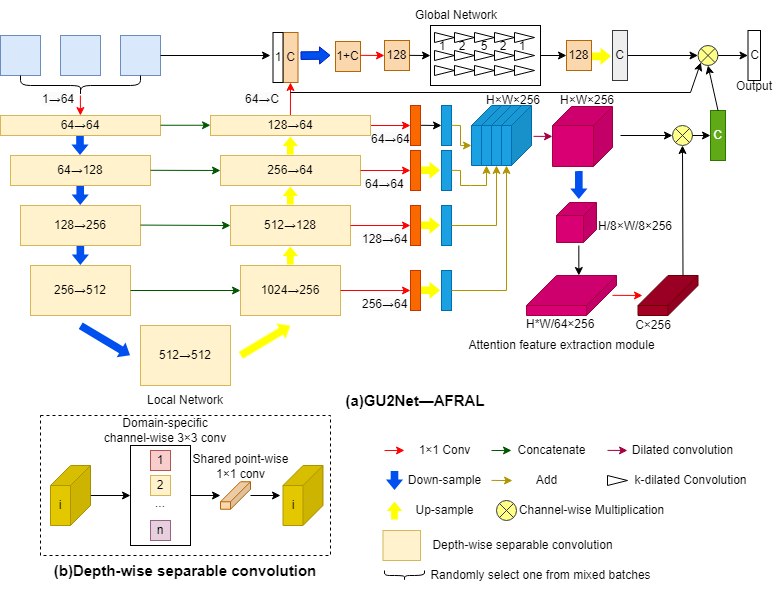
This is test.drawio.png from DemonH-p/self-study, a draw.io export, as it was before one commit. Source tidied: cells renumbered, new cells last; positions are measured from the earlier drawing's top-left corner, leaving out a move shared by most shapes.
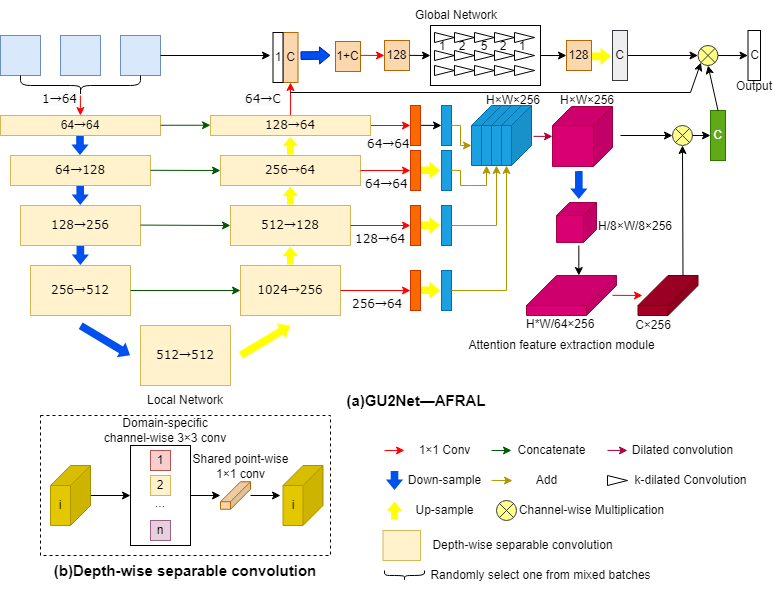
After the commit.

Diff of the diagram source:
```diff
@@ -2,6 +2,9 @@
   <root>
     <mxCell id="0" />
     <mxCell id="1" parent="0" />
+    <mxCell id="70" value="&lt;span style=&quot;color: rgb(0, 0, 0); font-style: normal; font-variant-ligatures: normal; font-variant-caps: normal; font-weight: 400; letter-spacing: normal; orphans: 2; text-align: center; text-indent: 0px; text-transform: none; widows: 2; word-spacing: 0px; -webkit-text-stroke-width: 0px; background-color: rgb(251, 251, 251); text-decoration-thickness: initial; text-decoration-style: initial; text-decoration-color: initial; float: none; display: inline !important;&quot;&gt;&lt;font face=&quot;Verdana&quot; style=&quot;font-size: 11px;&quot;&gt;64→64&lt;/font&gt;&lt;/span&gt;" style="text;whiteSpace=wrap;html=1;" parent="1" vertex="1">
+      <mxGeometry x="365" y="130" width="31" height="20" as="geometry" />
+    </mxCell>
     <mxCell id="2" style="rounded=0;whiteSpace=wrap;html=1;dashed=1;" parent="1" vertex="1">
       <mxGeometry x="40" y="415" width="290" height="140" as="geometry" />
     </mxCell>
@@ -20,13 +23,13 @@
     <mxCell id="7" style="shape=curlyBracket;whiteSpace=wrap;html=1;rounded=1;flipH=1;labelPosition=right;verticalLabelPosition=middle;align=left;verticalAlign=middle;rotation=90;" parent="1" vertex="1">
       <mxGeometry x="70" y="25" width="20" height="120" as="geometry" />
     </mxCell>
-    <mxCell id="8" value="64→64" style="rounded=0;whiteSpace=wrap;html=1;fillColor=#fff2cc;strokeColor=#d6b656;" parent="1" vertex="1">
+    <mxCell id="8" value="64&lt;font face=&quot;Verdana&quot;&gt;→&lt;/font&gt;64" style="rounded=0;whiteSpace=wrap;html=1;fillColor=#fff2cc;strokeColor=#d6b656;" parent="1" vertex="1">
       <mxGeometry y="115" width="160" height="20" as="geometry" />
     </mxCell>
-    <mxCell id="9" value="128→256" style="rounded=0;whiteSpace=wrap;html=1;fillColor=#fff2cc;strokeColor=#d6b656;" parent="1" vertex="1">
+    <mxCell id="9" value="&lt;font face=&quot;Verdana&quot;&gt;128→256&lt;/font&gt;" style="rounded=0;whiteSpace=wrap;html=1;fillColor=#fff2cc;strokeColor=#d6b656;" parent="1" vertex="1">
       <mxGeometry x="20" y="205" width="120" height="40" as="geometry" />
     </mxCell>
-    <mxCell id="10" value="64→128" style="rounded=0;whiteSpace=wrap;html=1;fillColor=#fff2cc;strokeColor=#d6b656;" parent="1" vertex="1">
+    <mxCell id="10" value="&lt;font face=&quot;Verdana&quot;&gt;64→128&lt;/font&gt;" style="rounded=0;whiteSpace=wrap;html=1;fillColor=#fff2cc;strokeColor=#d6b656;" parent="1" vertex="1">
       <mxGeometry x="10" y="155" width="140" height="30" as="geometry" />
     </mxCell>
     <mxCell id="11" style="shape=flexArrow;endArrow=classic;html=1;rounded=0;fillColor=#0050ef;strokeColor=none;endWidth=8.571428571428571;endSize=3.157142857142857;width=7.619047619047619;" parent="1" edge="1">
@@ -71,10 +74,10 @@
         </Array>
       </mxGeometry>
     </mxCell>
-    <mxCell id="16" value="256→512" style="rounded=0;whiteSpace=wrap;html=1;fillColor=#fff2cc;strokeColor=#d6b656;" parent="1" vertex="1">
+    <mxCell id="16" value="&lt;font face=&quot;Verdana&quot;&gt;256→512&lt;/font&gt;" style="rounded=0;whiteSpace=wrap;html=1;fillColor=#fff2cc;strokeColor=#d6b656;" parent="1" vertex="1">
       <mxGeometry x="30" y="265" width="100" height="50" as="geometry" />
     </mxCell>
-    <mxCell id="17" value="512→512" style="rounded=0;whiteSpace=wrap;html=1;fillColor=#fff2cc;strokeColor=#d6b656;" parent="1" vertex="1">
+    <mxCell id="17" value="&lt;font face=&quot;Verdana&quot;&gt;512→512&lt;/font&gt;" style="rounded=0;whiteSpace=wrap;html=1;fillColor=#fff2cc;strokeColor=#d6b656;" parent="1" vertex="1">
       <mxGeometry x="140" y="325" width="90" height="60" as="geometry" />
     </mxCell>
     <mxCell id="18" style="shape=flexArrow;endArrow=classic;html=1;rounded=0;fillColor=#FFFF00;strokeColor=#FFFFFF;endWidth=8.571428571428571;endSize=3.157142857142857;width=7.619047619047619;" parent="1" edge="1">
@@ -144,10 +147,10 @@
         <mxPoint x="150" y="169.8" as="sourcePoint" />
       </mxGeometry>
     </mxCell>
-    <mxCell id="30" value="128→64" style="rounded=0;whiteSpace=wrap;html=1;fillColor=#fff2cc;strokeColor=#d6b656;" parent="1" vertex="1">
+    <mxCell id="30" value="&lt;font face=&quot;Verdana&quot;&gt;128→64&lt;/font&gt;" style="rounded=0;whiteSpace=wrap;html=1;fillColor=#fff2cc;strokeColor=#d6b656;" parent="1" vertex="1">
       <mxGeometry x="210" y="115" width="160" height="20" as="geometry" />
     </mxCell>
-    <mxCell id="31" value="256→64" style="rounded=0;whiteSpace=wrap;html=1;fillColor=#fff2cc;strokeColor=#d6b656;" parent="1" vertex="1">
+    <mxCell id="31" value="&lt;font face=&quot;Verdana&quot;&gt;256→64&lt;/font&gt;" style="rounded=0;whiteSpace=wrap;html=1;fillColor=#fff2cc;strokeColor=#d6b656;" parent="1" vertex="1">
       <mxGeometry x="220" y="155" width="140" height="30" as="geometry" />
     </mxCell>
     <mxCell id="32" style="shape=flexArrow;endArrow=classic;html=1;rounded=0;fillColor=#FFFF00;strokeColor=#FFFF66;endWidth=8.571428571428571;endSize=3.157142857142857;width=7.619047619047619;" parent="1" edge="1">
@@ -159,10 +162,10 @@
         </Array>
       </mxGeometry>
     </mxCell>
-    <mxCell id="33" value="1024→256" style="rounded=0;whiteSpace=wrap;html=1;fillColor=#fff2cc;strokeColor=#d6b656;" parent="1" vertex="1">
+    <mxCell id="33" value="&lt;font face=&quot;Verdana&quot;&gt;1024→256&lt;/font&gt;" style="rounded=0;whiteSpace=wrap;html=1;fillColor=#fff2cc;strokeColor=#d6b656;" parent="1" vertex="1">
       <mxGeometry x="240" y="265" width="100" height="50" as="geometry" />
     </mxCell>
-    <mxCell id="34" value="512→128" style="rounded=0;whiteSpace=wrap;html=1;fillColor=#fff2cc;strokeColor=#d6b656;" parent="1" vertex="1">
+    <mxCell id="34" value="&lt;font face=&quot;Verdana&quot;&gt;512→128&lt;/font&gt;" style="rounded=0;whiteSpace=wrap;html=1;fillColor=#fff2cc;strokeColor=#d6b656;" parent="1" vertex="1">
       <mxGeometry x="230" y="205" width="120" height="40" as="geometry" />
     </mxCell>
     <mxCell id="35" style="endArrow=classic;html=1;rounded=0;fillColor=#e51400;strokeColor=#ff0000;entryX=0;entryY=0.5;entryDx=0;entryDy=0;" parent="1" edge="1" target="36">
@@ -270,10 +273,10 @@
         <mxPoint x="552" y="135.9" as="targetPoint" />
       </mxGeometry>
     </mxCell>
-    <mxCell id="54" value="&lt;span style=&quot;color: rgb(0, 0, 0); font-family: Helvetica; font-size: 12px; font-style: normal; font-variant-ligatures: normal; font-variant-caps: normal; font-weight: 400; letter-spacing: normal; orphans: 2; text-align: center; text-indent: 0px; text-transform: none; widows: 2; word-spacing: 0px; -webkit-text-stroke-width: 0px; background-color: rgb(251, 251, 251); text-decoration-thickness: initial; text-decoration-style: initial; text-decoration-color: initial; float: none; display: inline !important;&quot;&gt;1→64&lt;/span&gt;" style="text;whiteSpace=wrap;html=1;" parent="1" vertex="1">
+    <mxCell id="54" value="&lt;font face=&quot;Verdana&quot;&gt;&lt;span style=&quot;color: rgb(0, 0, 0); font-size: 12px; font-style: normal; font-variant-ligatures: normal; font-variant-caps: normal; font-weight: 400; letter-spacing: normal; orphans: 2; text-align: center; text-indent: 0px; text-transform: none; widows: 2; word-spacing: 0px; -webkit-text-stroke-width: 0px; background-color: rgb(251, 251, 251); text-decoration-thickness: initial; text-decoration-style: initial; text-decoration-color: initial; float: none; display: inline !important;&quot;&gt;1&lt;/span&gt;&lt;span style=&quot;color: rgb(0, 0, 0); font-size: 12px; font-style: normal; font-variant-ligatures: normal; font-variant-caps: normal; font-weight: 400; letter-spacing: normal; orphans: 2; text-align: center; text-indent: 0px; text-transform: none; widows: 2; word-spacing: 0px; -webkit-text-stroke-width: 0px; background-color: rgb(251, 251, 251); text-decoration-thickness: initial; text-decoration-style: initial; text-decoration-color: initial; float: none; display: inline !important;&quot;&gt;→&lt;/span&gt;&lt;span style=&quot;color: rgb(0, 0, 0); font-size: 12px; font-style: normal; font-variant-ligatures: normal; font-variant-caps: normal; font-weight: 400; letter-spacing: normal; orphans: 2; text-align: center; text-indent: 0px; text-transform: none; widows: 2; word-spacing: 0px; -webkit-text-stroke-width: 0px; background-color: rgb(251, 251, 251); text-decoration-thickness: initial; text-decoration-style: initial; text-decoration-color: initial; float: none; display: inline !important;&quot;&gt;64&lt;/span&gt;&lt;/font&gt;" style="text;whiteSpace=wrap;html=1;" parent="1" vertex="1">
       <mxGeometry x="40" y="85" width="40" height="20" as="geometry" />
     </mxCell>
-    <mxCell id="55" value="&lt;span style=&quot;color: rgb(0, 0, 0); font-family: Helvetica; font-size: 12px; font-style: normal; font-variant-ligatures: normal; font-variant-caps: normal; font-weight: 400; letter-spacing: normal; orphans: 2; text-align: center; text-indent: 0px; text-transform: none; widows: 2; word-spacing: 0px; -webkit-text-stroke-width: 0px; background-color: rgb(251, 251, 251); text-decoration-thickness: initial; text-decoration-style: initial; text-decoration-color: initial; float: none; display: inline !important;&quot;&gt;64→C&lt;/span&gt;" style="text;whiteSpace=wrap;html=1;" parent="1" vertex="1">
+    <mxCell id="55" value="&lt;font face=&quot;Verdana&quot;&gt;&lt;span style=&quot;color: rgb(0, 0, 0); font-size: 12px; font-style: normal; font-variant-ligatures: normal; font-variant-caps: normal; font-weight: 400; letter-spacing: normal; orphans: 2; text-align: center; text-indent: 0px; text-transform: none; widows: 2; word-spacing: 0px; -webkit-text-stroke-width: 0px; background-color: rgb(251, 251, 251); text-decoration-thickness: initial; text-decoration-style: initial; text-decoration-color: initial; float: none; display: inline !important;&quot;&gt;64&lt;/span&gt;&lt;span style=&quot;color: rgb(0, 0, 0); font-size: 12px; font-style: normal; font-variant-ligatures: normal; font-variant-caps: normal; font-weight: 400; letter-spacing: normal; orphans: 2; text-align: center; text-indent: 0px; text-transform: none; widows: 2; word-spacing: 0px; -webkit-text-stroke-width: 0px; background-color: rgb(251, 251, 251); text-decoration-thickness: initial; text-decoration-style: initial; text-decoration-color: initial; float: none; display: inline !important;&quot;&gt;→&lt;/span&gt;&lt;span style=&quot;color: rgb(0, 0, 0); font-size: 12px; font-style: normal; font-variant-ligatures: normal; font-variant-caps: normal; font-weight: 400; letter-spacing: normal; orphans: 2; text-align: center; text-indent: 0px; text-transform: none; widows: 2; word-spacing: 0px; -webkit-text-stroke-width: 0px; background-color: rgb(251, 251, 251); text-decoration-thickness: initial; text-decoration-style: initial; text-decoration-color: initial; float: none; display: inline !important;&quot;&gt;C&lt;/span&gt;&lt;/font&gt;" style="text;whiteSpace=wrap;html=1;" parent="1" vertex="1">
       <mxGeometry x="242.5" y="85" width="40" height="20" as="geometry" />
     </mxCell>
     <mxCell id="56" style="endArrow=classic;html=1;rounded=0;fillColor=#e51400;strokeColor=#ff0000;" parent="1" edge="1">
@@ -345,25 +348,22 @@
         <mxPoint x="512" y="480.1" as="targetPoint" />
       </mxGeometry>
     </mxCell>
-    <mxCell id="70" value="&lt;span style=&quot;color: rgb(0, 0, 0); font-family: Helvetica; font-style: normal; font-variant-ligatures: normal; font-variant-caps: normal; font-weight: 400; letter-spacing: normal; orphans: 2; text-align: center; text-indent: 0px; text-transform: none; widows: 2; word-spacing: 0px; -webkit-text-stroke-width: 0px; background-color: rgb(251, 251, 251); text-decoration-thickness: initial; text-decoration-style: initial; text-decoration-color: initial; float: none; display: inline !important;&quot;&gt;&lt;font style=&quot;font-size: 11px;&quot;&gt;64→64&lt;/font&gt;&lt;/span&gt;" style="text;whiteSpace=wrap;html=1;" parent="1" vertex="1">
-      <mxGeometry x="369" y="125" width="41" height="20" as="geometry" />
-    </mxCell>
     <mxCell id="71" value="Add" style="text;html=1;align=center;verticalAlign=middle;strokeColor=none;fillColor=none;" parent="1" vertex="1">
       <mxGeometry x="526" y="465" width="40" height="30" as="geometry" />
     </mxCell>
     <mxCell id="72" style="rounded=0;whiteSpace=wrap;html=1;fillColor=#fa6800;fontColor=#000000;strokeColor=#C73500;" parent="1" vertex="1">
       <mxGeometry x="410" y="105" width="10" height="40" as="geometry" />
     </mxCell>
-    <mxCell id="73" value="&lt;span style=&quot;color: rgb(0, 0, 0); font-family: Helvetica; font-style: normal; font-variant-ligatures: normal; font-variant-caps: normal; font-weight: 400; letter-spacing: normal; orphans: 2; text-align: center; text-indent: 0px; text-transform: none; widows: 2; word-spacing: 0px; -webkit-text-stroke-width: 0px; background-color: rgb(251, 251, 251); text-decoration-thickness: initial; text-decoration-style: initial; text-decoration-color: initial; float: none; display: inline !important;&quot;&gt;&lt;font style=&quot;font-size: 11px;&quot;&gt;64→64&lt;/font&gt;&lt;/span&gt;" style="text;whiteSpace=wrap;html=1;" parent="1" vertex="1">
+    <mxCell id="73" value="&lt;span style=&quot;color: rgb(0, 0, 0); font-style: normal; font-variant-ligatures: normal; font-variant-caps: normal; font-weight: 400; letter-spacing: normal; orphans: 2; text-align: center; text-indent: 0px; text-transform: none; widows: 2; word-spacing: 0px; -webkit-text-stroke-width: 0px; background-color: rgb(251, 251, 251); text-decoration-thickness: initial; text-decoration-style: initial; text-decoration-color: initial; float: none; display: inline !important;&quot;&gt;&lt;font face=&quot;Verdana&quot; style=&quot;font-size: 11px;&quot;&gt;64→64&lt;/font&gt;&lt;/span&gt;" style="text;whiteSpace=wrap;html=1;" parent="1" vertex="1">
       <mxGeometry x="363" y="170" width="41" height="20" as="geometry" />
     </mxCell>
-    <mxCell id="74" value="&lt;span style=&quot;color: rgb(0, 0, 0); font-family: Helvetica; font-style: normal; font-variant-ligatures: normal; font-variant-caps: normal; font-weight: 400; letter-spacing: normal; orphans: 2; text-align: center; text-indent: 0px; text-transform: none; widows: 2; word-spacing: 0px; -webkit-text-stroke-width: 0px; background-color: rgb(251, 251, 251); text-decoration-thickness: initial; text-decoration-style: initial; text-decoration-color: initial; float: none; display: inline !important;&quot;&gt;&lt;font style=&quot;font-size: 11px;&quot;&gt;128→64&lt;/font&gt;&lt;/span&gt;" style="text;whiteSpace=wrap;html=1;" parent="1" vertex="1">
-      <mxGeometry x="360" y="225" width="41" height="20" as="geometry" />
+    <mxCell id="74" value="&lt;span style=&quot;color: rgb(0, 0, 0); font-style: normal; font-variant-ligatures: normal; font-variant-caps: normal; font-weight: 400; letter-spacing: normal; orphans: 2; text-align: center; text-indent: 0px; text-transform: none; widows: 2; word-spacing: 0px; -webkit-text-stroke-width: 0px; background-color: rgb(251, 251, 251); text-decoration-thickness: initial; text-decoration-style: initial; text-decoration-color: initial; float: none; display: inline !important;&quot;&gt;&lt;font face=&quot;Verdana&quot; style=&quot;font-size: 11px;&quot;&gt;128→64&lt;/font&gt;&lt;/span&gt;" style="text;whiteSpace=wrap;html=1;" parent="1" vertex="1">
+      <mxGeometry x="353" y="225" width="41" height="20" as="geometry" />
     </mxCell>
-    <mxCell id="75" value="&lt;span style=&quot;color: rgb(0, 0, 0); font-family: Helvetica; font-style: normal; font-variant-ligatures: normal; font-variant-caps: normal; font-weight: 400; letter-spacing: normal; orphans: 2; text-align: center; text-indent: 0px; text-transform: none; widows: 2; word-spacing: 0px; -webkit-text-stroke-width: 0px; background-color: rgb(251, 251, 251); text-decoration-thickness: initial; text-decoration-style: initial; text-decoration-color: initial; float: none; display: inline !important;&quot;&gt;&lt;font style=&quot;font-size: 11px;&quot;&gt;256→64&lt;/font&gt;&lt;/span&gt;" style="text;whiteSpace=wrap;html=1;" parent="1" vertex="1">
-      <mxGeometry x="360" y="290" width="41" height="20" as="geometry" />
+    <mxCell id="75" value="&lt;span style=&quot;color: rgb(0, 0, 0); font-style: normal; font-variant-ligatures: normal; font-variant-caps: normal; font-weight: 400; letter-spacing: normal; orphans: 2; text-align: center; text-indent: 0px; text-transform: none; widows: 2; word-spacing: 0px; -webkit-text-stroke-width: 0px; background-color: rgb(251, 251, 251); text-decoration-thickness: initial; text-decoration-style: initial; text-decoration-color: initial; float: none; display: inline !important;&quot;&gt;&lt;font face=&quot;Verdana&quot; style=&quot;font-size: 11px;&quot;&gt;256→64&lt;/font&gt;&lt;/span&gt;" style="text;whiteSpace=wrap;html=1;" parent="1" vertex="1">
+      <mxGeometry x="350" y="290" width="41" height="20" as="geometry" />
     </mxCell>
-    <mxCell id="76" value="&lt;span style=&quot;border-color: var(--border-color); color: rgb(0, 0, 0); font-family: Helvetica; font-size: 11px; font-style: normal; font-variant-ligatures: normal; font-variant-caps: normal; font-weight: 400; letter-spacing: normal; orphans: 2; text-align: center; text-indent: 0px; text-transform: none; widows: 2; word-spacing: 0px; -webkit-text-stroke-width: 0px; background-color: initial; text-decoration-thickness: initial; text-decoration-style: initial; text-decoration-color: initial;&quot;&gt;H×W×256&lt;/span&gt;" style="text;whiteSpace=wrap;html=1;" parent="1" vertex="1">
+    <mxCell id="76" value="&lt;span style=&quot;border-color: var(--border-color); color: rgb(0, 0, 0); font-size: 11px; font-style: normal; font-variant-ligatures: normal; font-variant-caps: normal; font-weight: 400; letter-spacing: normal; orphans: 2; text-align: center; text-indent: 0px; text-transform: none; widows: 2; word-spacing: 0px; -webkit-text-stroke-width: 0px; background-color: initial; text-decoration-thickness: initial; text-decoration-style: initial; text-decoration-color: initial;&quot;&gt;H×W×256&lt;/span&gt;" style="text;whiteSpace=wrap;html=1;" parent="1" vertex="1">
       <mxGeometry x="484" y="86" width="54" height="20" as="geometry" />
     </mxCell>
     <mxCell id="77" style="endArrow=classic;html=1;rounded=0;fillColor=#d80073;strokeColor=#A50040;" parent="1" edge="1">
```
